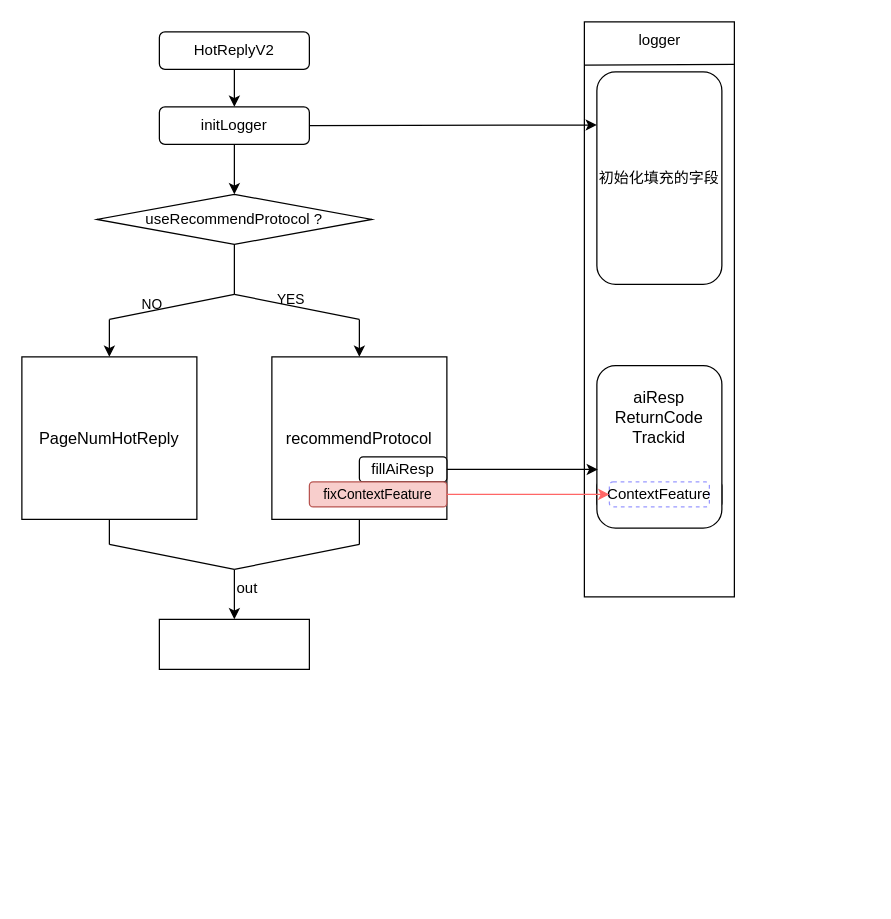
WayV5/drawio keeps this draw.io diagram as aireport.drawio. Above is the earlier version. Source tidied: cells renumbered, new cells numbered last; positions are measured from the earlier drawing's top-left corner, leaving out a move shared by most shapes. Both pictures are drawn from the tidied source at 125%, with x=0, y=0 at pixel (21, 21).
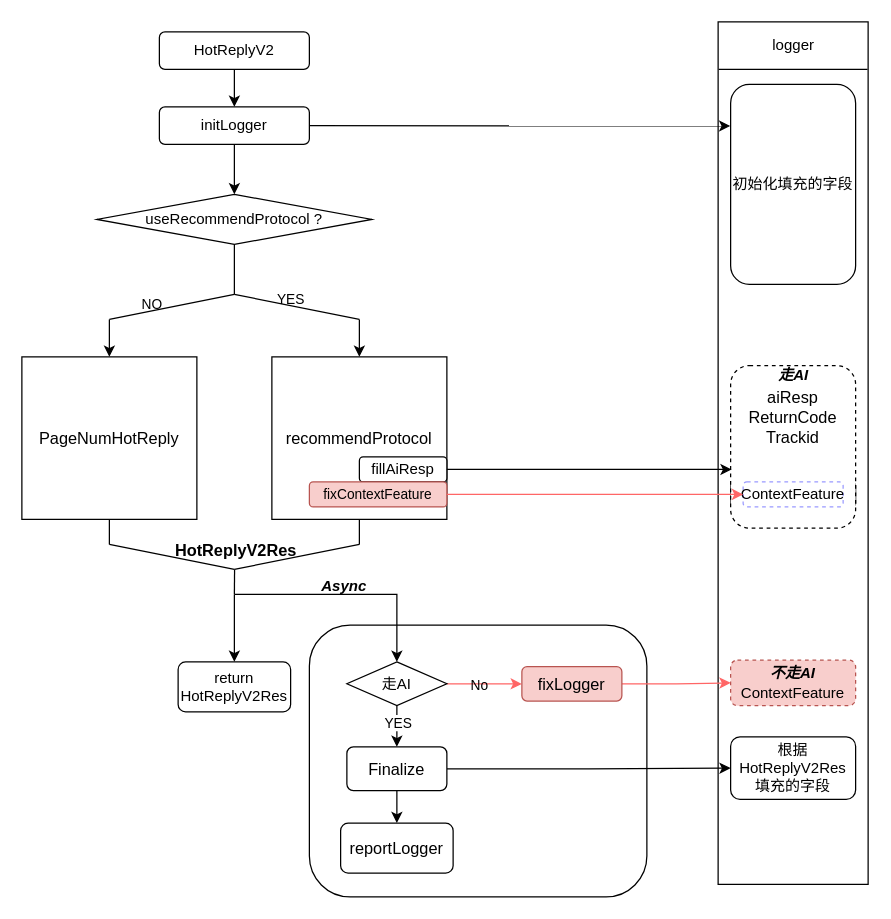
After the change.

Unchanged cells that the change refers to:
```xml
<mxCell id="5" value="&lt;div style=&quot;font-size: 12px;&quot;&gt;initLogger&lt;/div&gt;" style="rounded=1;whiteSpace=wrap;html=1;fontSize=12;labelBackgroundColor=none;fontFamily=Helvetica;fontColor=#000000;" parent="1" vertex="1">
  <mxGeometry x="110" y="68" width="120" height="30" as="geometry" />
</mxCell>
```

The edit, as a diff of the source:
```diff
@@
+    <mxCell id="36" style="rounded=1;whiteSpace=wrap;html=1;" parent="1" vertex="1">
+      <mxGeometry x="230" y="482.6" width="270" height="217.4" as="geometry" />
+    </mxCell>
@@
-    <mxCell id="13" value="&lt;div style=&quot;&quot;&gt;&lt;font style=&quot;font-size: 11px;&quot;&gt;fixContextFeature&lt;/font&gt;&lt;/div&gt;" style="rounded=1;whiteSpace=wrap;html=1;labelBackgroundColor=none;fontFamily=Helvetica;fillColor=#f8cecc;strokeColor=#b85450;" parent="1" vertex="1">
+    <mxCell id="13" value="&lt;div style=&quot;&quot;&gt;&lt;font style=&quot;font-size: 11px;&quot;&gt;fixContextFeature&lt;/font&gt;&lt;/div&gt;" style="rounded=1;whiteSpace=wrap;html=1;labelBackgroundColor=none;fontFamily=Helvetica;fillColor=#f8cecc;strokeColor=#b85450;fontColor=#000000;" parent="1" vertex="1">
       <mxGeometry x="230" y="368" width="110" height="20" as="geometry" />
     </mxCell>
     <mxCell id="14" style="group;labelBackgroundColor=none;fontFamily=Helvetica;fontColor=#000000;dashed=1;dashPattern=1 4;" parent="1" vertex="1">
-      <mxGeometry x="450" width="120" height="460" as="geometry" />
+      <mxGeometry x="557" width="120" height="690" as="geometry" />
     </mxCell>
     <mxCell id="15" style="rounded=0;whiteSpace=wrap;html=1;labelBackgroundColor=none;fontFamily=Helvetica;fontColor=#000000;" parent="14" vertex="1">
-      <mxGeometry width="120" height="460" as="geometry" />
+      <mxGeometry width="120" height="690" as="geometry" />
     </mxCell>
-    <mxCell id="16" style="endArrow=none;html=1;rounded=0;exitX=0.004;exitY=0.075;exitDx=0;exitDy=0;exitPerimeter=0;entryX=0.997;entryY=0.074;entryDx=0;entryDy=0;entryPerimeter=0;labelBackgroundColor=none;fontFamily=Helvetica;fontColor=#000000;" parent="14" edge="1" source="15" target="15">
+    <mxCell id="16" style="endArrow=none;html=1;rounded=0;exitX=0.004;exitY=0.055;exitDx=0;exitDy=0;exitPerimeter=0;entryX=0.996;entryY=0.055;entryDx=0;entryDy=0;entryPerimeter=0;labelBackgroundColor=none;fontFamily=Helvetica;fontColor=#000000;" parent="14" edge="1" source="15" target="15">
       <mxGeometry relative="1" as="geometry" />
     </mxCell>
     <mxCell id="17" value="logger" style="text;html=1;align=center;verticalAlign=middle;strokeColor=none;fillColor=none;labelBackgroundColor=none;fontFamily=Helvetica;fontColor=#000000;" parent="14" vertex="1">
-      <mxGeometry x="30" width="60" height="30" as="geometry" />
+      <mxGeometry x="30" y="4" width="60" height="30" as="geometry" />
     </mxCell>
     <mxCell id="18" value="&lt;font style=&quot;font-size: 12px;&quot;&gt;初始化填充的字段&lt;/font&gt;" style="rounded=1;whiteSpace=wrap;html=1;labelBackgroundColor=none;fontFamily=Helvetica;fontColor=#000000;" parent="14" vertex="1">
-      <mxGeometry x="10" y="40" width="100" height="170" as="geometry" />
+      <mxGeometry x="10" y="50" width="100" height="160" as="geometry" />
     </mxCell>
@@
-    <mxCell id="20" value="&lt;div style=&quot;font-size: 9.8pt;&quot;&gt;aiResp&lt;/div&gt;&lt;div style=&quot;font-size: 9.8pt;&quot;&gt;&lt;div style=&quot;font-size: 9.8pt;&quot;&gt;ReturnCode&lt;/div&gt;&lt;div style=&quot;font-size: 9.8pt;&quot;&gt;&lt;div style=&quot;font-size: 9.8pt;&quot;&gt;Trackid&lt;/div&gt;&lt;div style=&quot;font-size: 9.8pt;&quot;&gt;&lt;br&gt;&lt;/div&gt;&lt;div style=&quot;font-size: 9.8pt;&quot;&gt;&lt;br&gt;&lt;/div&gt;&lt;div style=&quot;font-size: 9.8pt;&quot;&gt;&lt;div style=&quot;font-size: 9.8pt;&quot;&gt;&lt;br&gt;&lt;/div&gt;&lt;/div&gt;&lt;/div&gt;&lt;/div&gt;" style="rounded=1;whiteSpace=wrap;html=1;labelBackgroundColor=none;fontFamily=Helvetica;fontColor=#000000;" parent="14" vertex="1">
+    <mxCell id="20" value="&lt;div style=&quot;font-size: 9.8pt;&quot;&gt;aiResp&lt;/div&gt;&lt;div style=&quot;font-size: 9.8pt;&quot;&gt;&lt;div style=&quot;font-size: 9.8pt;&quot;&gt;ReturnCode&lt;/div&gt;&lt;div style=&quot;font-size: 9.8pt;&quot;&gt;&lt;div style=&quot;font-size: 9.8pt;&quot;&gt;Trackid&lt;/div&gt;&lt;div style=&quot;font-size: 9.8pt;&quot;&gt;&lt;br&gt;&lt;/div&gt;&lt;div style=&quot;font-size: 9.8pt;&quot;&gt;&lt;br&gt;&lt;/div&gt;&lt;div style=&quot;font-size: 9.8pt;&quot;&gt;&lt;div style=&quot;font-size: 9.8pt;&quot;&gt;&lt;br&gt;&lt;/div&gt;&lt;/div&gt;&lt;/div&gt;&lt;/div&gt;" style="rounded=1;whiteSpace=wrap;html=1;labelBackgroundColor=none;fontFamily=Helvetica;fontColor=#000000;dashed=1;" parent="14" vertex="1">
       <mxGeometry x="10" y="275" width="100" height="130" as="geometry" />
     </mxCell>
@@
+    <mxCell id="37" value="&lt;i&gt;&lt;b&gt;走AI&lt;/b&gt;&lt;/i&gt;" style="text;html=1;align=center;verticalAlign=middle;strokeColor=none;fillColor=none;fontColor=#000000;labelBackgroundColor=none;fontFamily=Helvetica;" parent="14" vertex="1">
+      <mxGeometry x="35" y="268" width="50" height="30" as="geometry" />
+    </mxCell>
+    <mxCell id="38" value="&lt;div style=&quot;border-color: var(--border-color); font-size: 9.8pt;&quot;&gt;&lt;br&gt;&lt;/div&gt;" style="text;whiteSpace=wrap;html=1;fontColor=#000000;labelBackgroundColor=none;fontFamily=Helvetica;" parent="14" vertex="1">
+      <mxGeometry x="10" y="418" width="100" height="52" as="geometry" />
+    </mxCell>
+    <mxCell id="39" style="group;fontColor=#000000;labelBackgroundColor=none;fontFamily=Helvetica;" parent="14" vertex="1">
+      <mxGeometry x="10" y="507" width="100" height="40" as="geometry" />
+    </mxCell>
+    <mxCell id="40" value="&lt;br&gt;ContextFeature" style="rounded=1;whiteSpace=wrap;html=1;dashed=1;labelBackgroundColor=none;fontFamily=Helvetica;fillColor=#f8cecc;strokeColor=#b85450;" parent="39" vertex="1">
+      <mxGeometry y="3.6" width="100" height="36.4" as="geometry" />
+    </mxCell>
+    <mxCell id="41" value="&lt;i style=&quot;border-color: var(--border-color); font-size: 12px; font-variant-ligatures: normal; font-variant-caps: normal; font-weight: 400; letter-spacing: normal; orphans: 2; text-align: center; text-indent: 0px; text-transform: none; widows: 2; word-spacing: 0px; -webkit-text-stroke-width: 0px; text-decoration-thickness: initial; text-decoration-style: initial; text-decoration-color: initial;&quot;&gt;&lt;b style=&quot;border-color: var(--border-color);&quot;&gt;不走AI&lt;/b&gt;&lt;/i&gt;" style="text;whiteSpace=wrap;html=1;fontColor=#000000;labelBackgroundColor=none;fontFamily=Helvetica;" parent="39" vertex="1">
+      <mxGeometry x="30" width="40" height="18.2" as="geometry" />
+    </mxCell>
+    <mxCell id="42" value="根据HotReplyV2Res&lt;br&gt;填充的字段" style="rounded=1;whiteSpace=wrap;html=1;fontColor=#000000;labelBackgroundColor=none;fontFamily=Helvetica;" parent="14" vertex="1">
+      <mxGeometry x="10" y="572" width="100" height="50" as="geometry" />
+    </mxCell>
@@
-    <mxCell id="30" style="endArrow=classic;html=1;rounded=0;entryX=0.5;entryY=0;entryDx=0;entryDy=0;labelBackgroundColor=none;fontFamily=Helvetica;fontColor=#000000;" parent="1" edge="1" target="32">
+    <mxCell id="30" style="endArrow=classic;html=1;rounded=0;entryX=0.5;entryY=0;entryDx=0;entryDy=0;labelBackgroundColor=none;fontFamily=Helvetica;fontColor=#000000;" parent="1" edge="1" target="48">
       <mxGeometry relative="1" as="geometry">
-        <mxPoint x="170" y="438" as="sourcePoint" />
+        <mxPoint x="170" y="458" as="sourcePoint" />
+        <Array as="points">
+          <mxPoint x="300" y="458" />
+        </Array>
       </mxGeometry>
     </mxCell>
-    <mxCell id="31" value="out" style="text;html=1;align=center;verticalAlign=middle;strokeColor=none;fillColor=none;labelBackgroundColor=none;fontFamily=Helvetica;fontColor=#000000;" parent="1" vertex="1">
-      <mxGeometry x="160" y="438" width="40" height="30" as="geometry" />
-    </mxCell>
-    <mxCell id="32" style="rounded=0;whiteSpace=wrap;html=1;labelBackgroundColor=none;fontFamily=Helvetica;fontColor=#000000;" parent="1" vertex="1">
-      <mxGeometry x="110" y="478" width="120" height="40" as="geometry" />
-    </mxCell>
-    <mxCell id="33" style="endArrow=classic;html=1;rounded=0;exitX=1;exitY=0.5;exitDx=0;exitDy=0;entryX=0;entryY=0.25;entryDx=0;entryDy=0;labelBackgroundColor=none;fontFamily=Helvetica;fontColor=#000000;" parent="1" edge="1" source="5" target="18">
+    <mxCell id="33" style="endArrow=classic;html=1;rounded=0;exitX=1;exitY=0.5;exitDx=0;exitDy=0;entryX=-0.003;entryY=0.208;entryDx=0;entryDy=0;labelBackgroundColor=none;fontFamily=Helvetica;fontColor=#000000;entryPerimeter=0;" parent="1" edge="1" source="5" target="18">
       <mxGeometry relative="1" as="geometry" />
     </mxCell>
@@
+    <mxCell id="43" value="&lt;i&gt;&lt;b&gt;Async&lt;/b&gt;&lt;/i&gt;" style="text;whiteSpace=wrap;html=1;fontColor=#000000;labelBackgroundColor=none;fontFamily=Helvetica;" parent="1" vertex="1">
+      <mxGeometry x="238" y="438" width="42" height="30" as="geometry" />
+    </mxCell>
+    <mxCell id="44" style="edgeStyle=orthogonalEdgeStyle;rounded=0;jettySize=auto;html=1;fontColor=#000000;labelBackgroundColor=none;fontFamily=Helvetica;strokeColor=#FF6666;" parent="1" edge="1" source="48" target="50">
+      <mxGeometry relative="1" as="geometry" />
+    </mxCell>
+    <mxCell id="45" value="No" style="edgeLabel;html=1;align=center;verticalAlign=middle;fontColor=#000000;labelBackgroundColor=none;fontFamily=Helvetica;" parent="44" vertex="1">
+      <mxGeometry x="-0.18" y="-1" relative="1" as="geometry" />
+    </mxCell>
+    <mxCell id="46" style="edgeStyle=orthogonalEdgeStyle;rounded=0;jettySize=auto;html=1;entryX=0.5;entryY=0;entryDx=0;entryDy=0;" parent="1" edge="1" source="48" target="53">
+      <mxGeometry relative="1" as="geometry" />
+    </mxCell>
+    <mxCell id="47" value="YES" style="edgeLabel;html=1;align=center;verticalAlign=middle;" parent="46" vertex="1">
+      <mxGeometry x="0.44" relative="1" as="geometry">
+        <mxPoint y="-7" as="offset" />
+      </mxGeometry>
+    </mxCell>
+    <mxCell id="48" value="走AI" style="rhombus;whiteSpace=wrap;html=1;fontColor=#000000;labelBackgroundColor=none;fontFamily=Helvetica;" parent="1" vertex="1">
+      <mxGeometry x="260" y="512" width="80" height="35" as="geometry" />
+    </mxCell>
+    <mxCell id="49" style="edgeStyle=orthogonalEdgeStyle;rounded=0;jettySize=auto;html=1;fontColor=#000000;labelBackgroundColor=none;fontFamily=Helvetica;strokeColor=#FF6666;" parent="1" edge="1" source="50" target="40">
+      <mxGeometry relative="1" as="geometry" />
+    </mxCell>
+    <mxCell id="50" value="&lt;div style=&quot;font-size: 9.8pt;&quot;&gt;fixLogger&lt;/div&gt;" style="rounded=1;whiteSpace=wrap;html=1;labelBackgroundColor=none;fontFamily=Helvetica;fillColor=#f8cecc;strokeColor=#b85450;" parent="1" vertex="1">
+      <mxGeometry x="400" y="515.8" width="80" height="27.5" as="geometry" />
+    </mxCell>
+    <mxCell id="51" style="edgeStyle=orthogonalEdgeStyle;rounded=0;jettySize=auto;html=1;entryX=0;entryY=0.5;entryDx=0;entryDy=0;fontColor=#000000;labelBackgroundColor=none;fontFamily=Helvetica;" parent="1" edge="1" source="53" target="42">
+      <mxGeometry relative="1" as="geometry" />
+    </mxCell>
+    <mxCell id="52" style="edgeStyle=orthogonalEdgeStyle;rounded=0;jettySize=auto;html=1;" parent="1" edge="1" source="53" target="54">
+      <mxGeometry relative="1" as="geometry" />
+    </mxCell>
+    <mxCell id="53" value="&lt;div style=&quot;font-size: 9.8pt;&quot;&gt;Finalize&lt;/div&gt;" style="rounded=1;whiteSpace=wrap;html=1;fontColor=#000000;labelBackgroundColor=none;fontFamily=Helvetica;" parent="1" vertex="1">
+      <mxGeometry x="260" y="580" width="80" height="35" as="geometry" />
+    </mxCell>
+    <mxCell id="54" value="&lt;div style=&quot;font-size: 9.8pt;&quot;&gt;&lt;div style=&quot;font-size: 9.8pt;&quot;&gt;reportLogger&lt;/div&gt;&lt;/div&gt;" style="rounded=1;whiteSpace=wrap;html=1;fontColor=#000000;labelBackgroundColor=none;fontFamily=Helvetica;" parent="1" vertex="1">
+      <mxGeometry x="255" y="641" width="90" height="40" as="geometry" />
+    </mxCell>
+    <mxCell id="55" value="&lt;div style=&quot;font-size: 9.8pt;&quot;&gt;&lt;b&gt;HotReplyV2Res&lt;/b&gt;&lt;/div&gt;" style="text;html=1;align=center;verticalAlign=middle;points=[];strokeColor=none;fillColor=none;fontColor=#000000;labelBackgroundColor=none;fontFamily=Helvetica;" parent="1" vertex="1">
+      <mxGeometry x="111" y="408" width="120" height="30" as="geometry" />
+    </mxCell>
+    <mxCell id="56" style="endArrow=none;html=1;rounded=0;exitX=0.493;exitY=1.001;exitDx=0;exitDy=0;exitPerimeter=0;" parent="1" edge="1" source="55">
+      <mxGeometry relative="1" as="geometry">
+        <mxPoint x="170" y="458" as="targetPoint" />
+      </mxGeometry>
+    </mxCell>
+    <mxCell id="57" style="endArrow=classic;html=1;rounded=0;entryX=0.5;entryY=0;entryDx=0;entryDy=0;" parent="1" edge="1" target="58">
+      <mxGeometry relative="1" as="geometry">
+        <mxPoint x="170" y="458" as="sourcePoint" />
+      </mxGeometry>
+    </mxCell>
+    <mxCell id="58" value="&lt;font style=&quot;font-size: 12px;&quot;&gt;return&lt;br&gt;&lt;span style=&quot;border-color: var(--border-color);&quot;&gt;HotReplyV2Res&lt;/span&gt;&lt;/font&gt;" style="rounded=1;whiteSpace=wrap;html=1;" parent="1" vertex="1">
+      <mxGeometry x="125" y="512" width="90" height="40" as="geometry" />
+    </mxCell>
```
